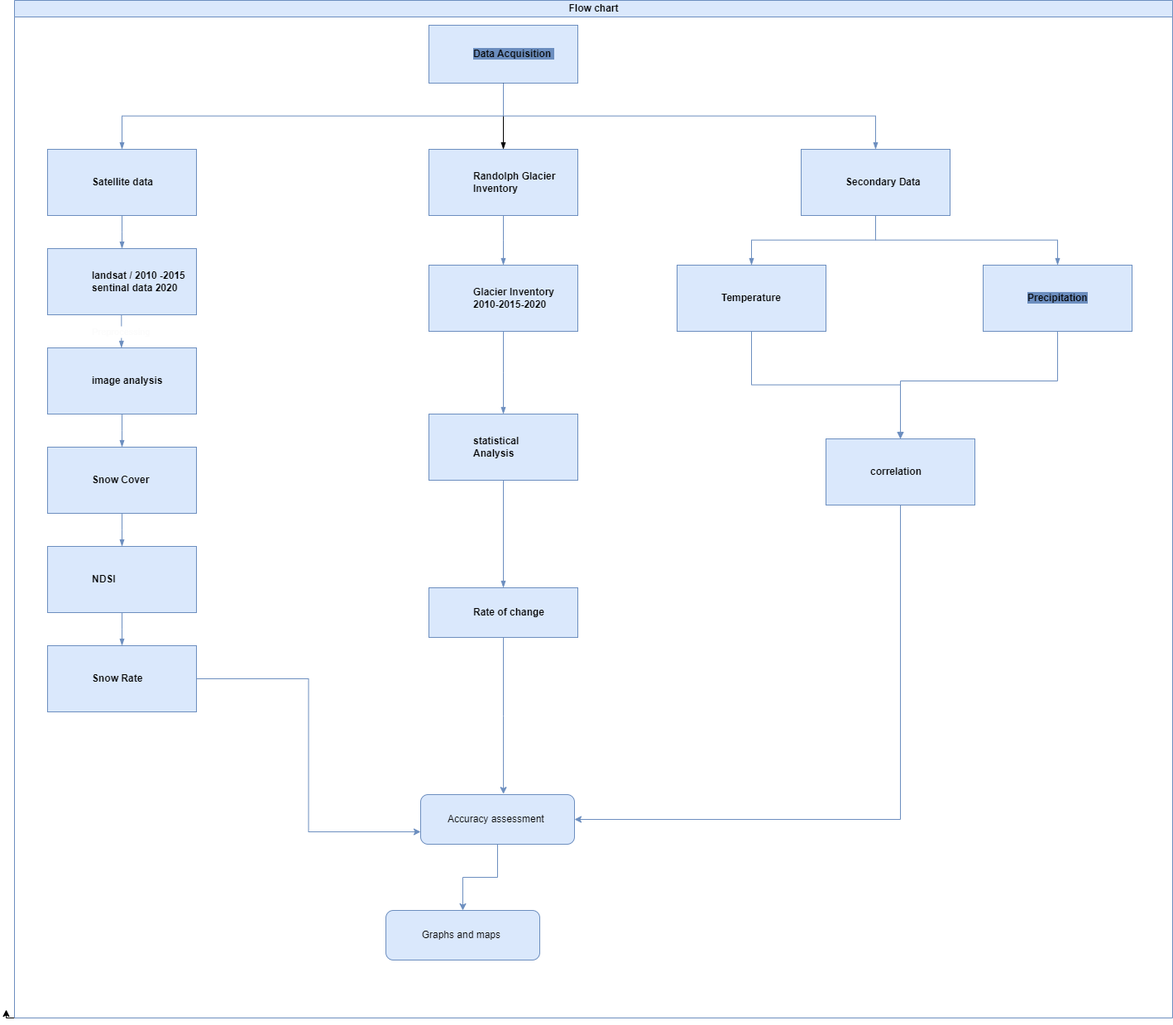
The draw.io diagram FINALYAER.drawio.png in ZameerAbbas/10-question, before a commit. Source tidied: cells renumbered, new cells last; positions are measured from the earlier drawing's top-left corner, leaving out a move shared by most shapes.
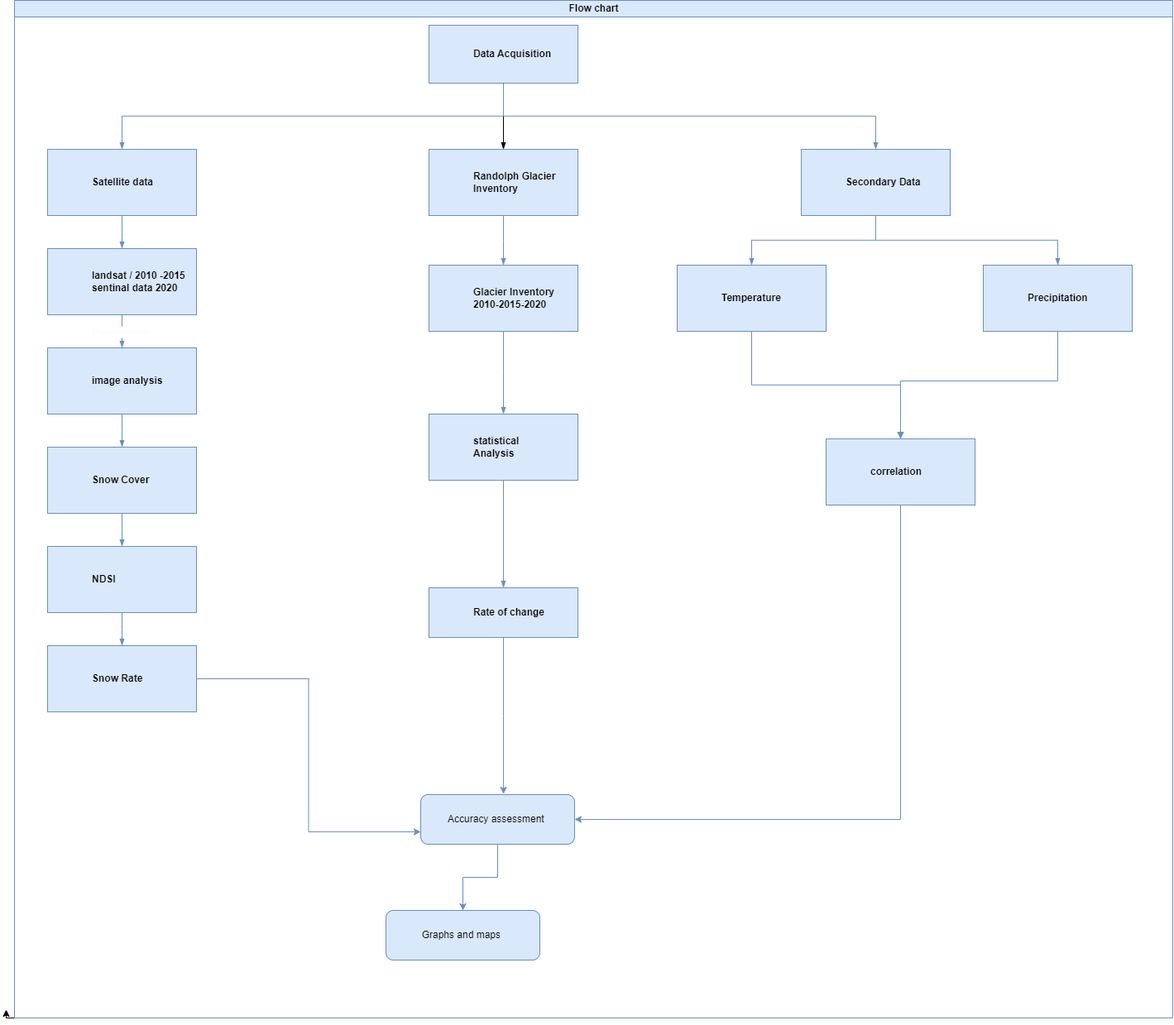
Above is the later version.

What changed in the source:
```diff
@@ -10,7 +10,7 @@
     <mxCell id="3" value="Flow chart" style="swimlane;html=1;startSize=20;horizontal=1;containerType=tree;glass=0;fillColor=#dae8fc;strokeColor=#6c8ebf;" parent="1" vertex="1">
       <mxGeometry x="10" width="1400" height="1230" as="geometry" />
     </mxCell>
-    <object id="4" label="&lt;font style=&quot;background-color: rgb(108, 142, 191);&quot; color=&quot;#030303&quot;&gt;Data Acquisition&amp;nbsp;&lt;/font&gt;" email="me@example.com" location="Office 1" name="Tessa Miller" placeholders="1" position="CFO">
+    <object id="4" label="Data Acquisition" email="me@example.com" location="Office 1" name="Tessa Miller" placeholders="1" position="CFO">
       <mxCell style="label;whiteSpace=wrap;html=1;rounded=0;glass=0;fillColor=#dae8fc;strokeColor=#6c8ebf;" parent="3" vertex="1">
         <mxGeometry x="501" y="30" width="180" height="70" as="geometry" />
       </mxCell>
@@ -74,7 +74,7 @@
         </Array>
       </mxGeometry>
     </mxCell>
-    <object id="19" label="&lt;font face=&quot;Helvetica&quot; style=&quot;font-size: 12px; background-color: rgb(108, 142, 191);&quot;&gt;Precipitation&lt;/font&gt;" email="me@example.com" location="Office 3" name="Alison Donovan" placeholders="1" position="System Admin">
+    <object id="19" label="Precipitation&amp;nbsp;" email="me@example.com" location="Office 3" name="Alison Donovan" placeholders="1" position="System Admin">
       <mxCell style="label;whiteSpace=wrap;html=1;rounded=0;glass=0;strokeColor=#6c8ebf;fillColor=#dae8fc;" parent="3" vertex="1">
         <mxGeometry x="1171" y="320" width="180" height="80" as="geometry" />
       </mxCell>
```
